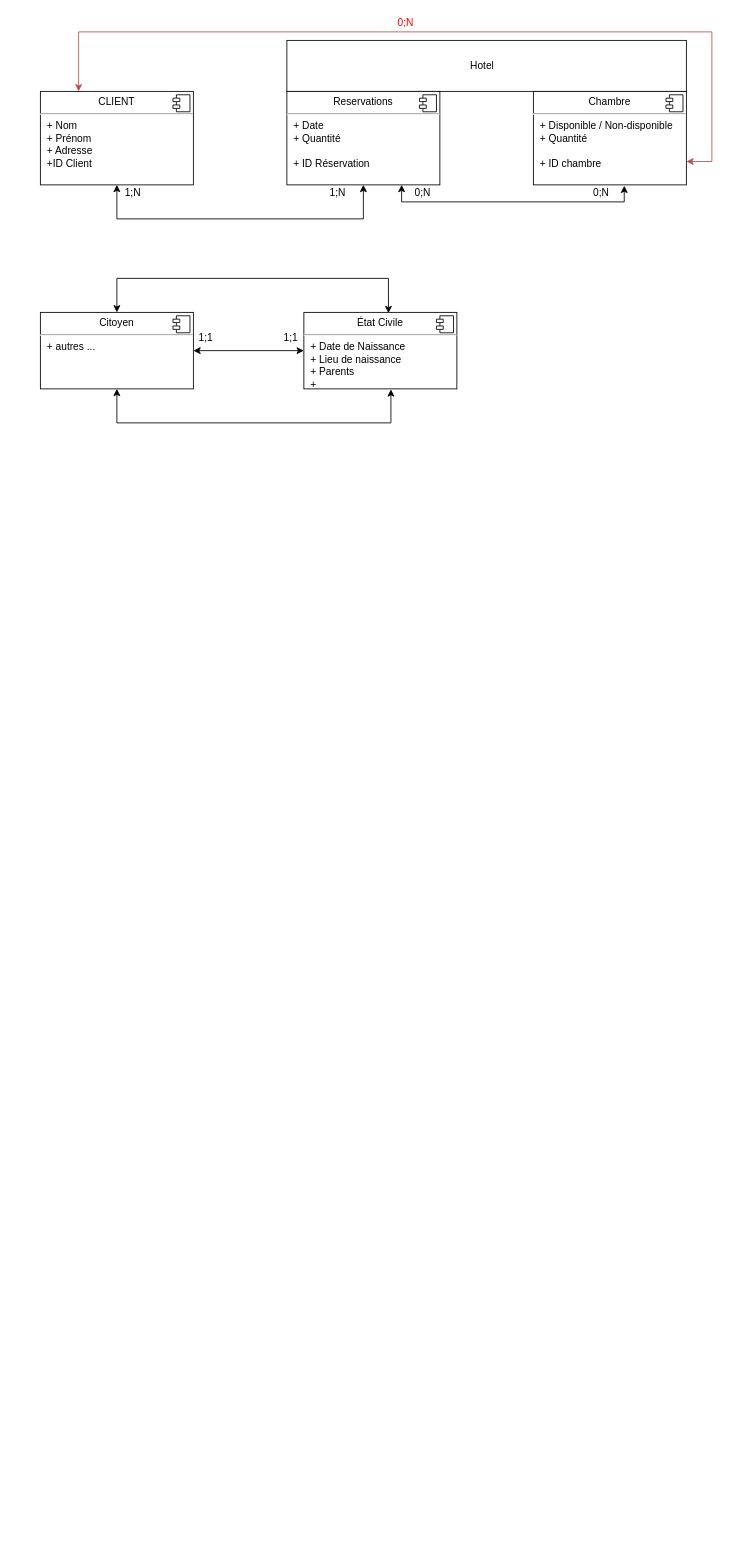
This is Untitled Diagram.drawio from Spirulineman/__FOAD_1_, a draw.io file, before an edit. Source tidied: cells renumbered, new cells numbered last; positions are measured from the earlier drawing's top-left corner, leaving out a move shared by most shapes. Both pictures are drawn from the tidied source at 85%, with x=0, y=0 at pixel (40, 14).
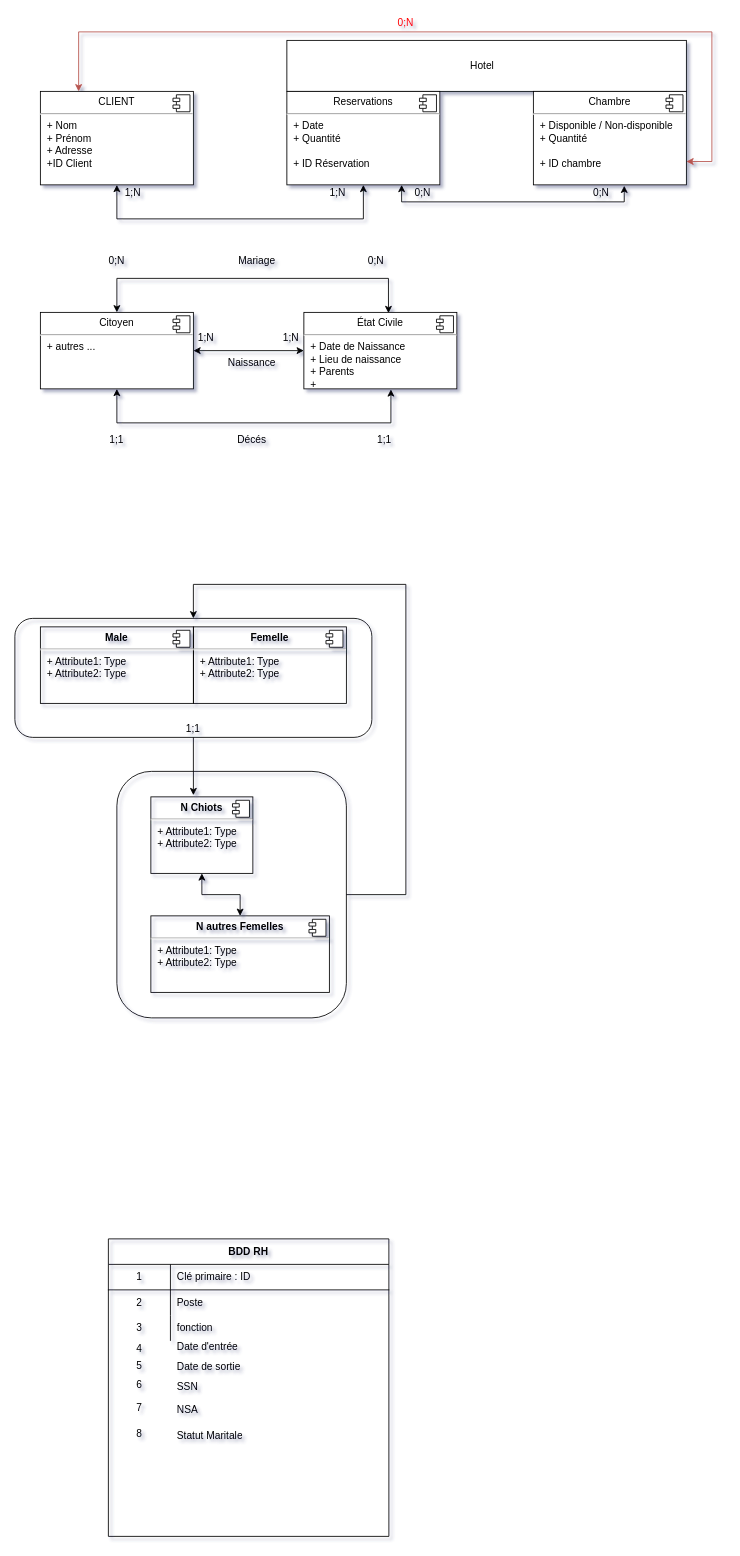
After the change.

Change to the diagram source:
```diff
@@
-<mxGraphModel>
+<mxGraphModel shadow="1">
@@
+    <mxCell id="28" style="rounded=1;whiteSpace=wrap;html=1;fillColor=none;" parent="1" vertex="1">
+      <mxGeometry x="90" y="890" width="270" height="290" as="geometry" />
+    </mxCell>
+    <mxCell id="29" style="rounded=1;whiteSpace=wrap;html=1;fillColor=none;" parent="1" vertex="1">
+      <mxGeometry x="-30" y="710" width="420" height="140" as="geometry" />
+    </mxCell>
@@
-    <mxCell id="26" value="1;1" style="text;html=1;strokeColor=none;fillColor=none;align=center;verticalAlign=middle;whiteSpace=wrap;rounded=0;" parent="1" vertex="1">
+    <mxCell id="26" value="1;N" style="text;html=1;strokeColor=none;fillColor=none;align=center;verticalAlign=middle;whiteSpace=wrap;rounded=0;" parent="1" vertex="1">
       <mxGeometry x="160" y="370" width="70" height="20" as="geometry" />
     </mxCell>
-    <mxCell id="27" value="1;1" style="text;html=1;strokeColor=none;fillColor=none;align=center;verticalAlign=middle;whiteSpace=wrap;rounded=0;" parent="1" vertex="1">
+    <mxCell id="27" value="1;N" style="text;html=1;strokeColor=none;fillColor=none;align=center;verticalAlign=middle;whiteSpace=wrap;rounded=0;" parent="1" vertex="1">
       <mxGeometry x="260" y="370" width="70" height="20" as="geometry" />
     </mxCell>
+    <mxCell id="30" value="0;N" style="text;html=1;strokeColor=none;fillColor=none;align=center;verticalAlign=middle;whiteSpace=wrap;rounded=0;" parent="1" vertex="1">
+      <mxGeometry x="55" y="280" width="70" height="20" as="geometry" />
+    </mxCell>
+    <mxCell id="31" value="0;N" style="text;html=1;strokeColor=none;fillColor=none;align=center;verticalAlign=middle;whiteSpace=wrap;rounded=0;" parent="1" vertex="1">
+      <mxGeometry x="360" y="280" width="70" height="20" as="geometry" />
+    </mxCell>
+    <mxCell id="32" value="1;1" style="text;html=1;strokeColor=none;fillColor=none;align=center;verticalAlign=middle;whiteSpace=wrap;rounded=0;" parent="1" vertex="1">
+      <mxGeometry x="55" y="490" width="70" height="20" as="geometry" />
+    </mxCell>
+    <mxCell id="33" value="1;1" style="text;html=1;strokeColor=none;fillColor=none;align=center;verticalAlign=middle;whiteSpace=wrap;rounded=0;" parent="1" vertex="1">
+      <mxGeometry x="370" y="490" width="70" height="20" as="geometry" />
+    </mxCell>
+    <mxCell id="34" value="Mariage" style="text;html=1;strokeColor=none;fillColor=none;align=center;verticalAlign=middle;whiteSpace=wrap;rounded=0;" parent="1" vertex="1">
+      <mxGeometry x="220" y="280" width="70" height="20" as="geometry" />
+    </mxCell>
+    <mxCell id="35" value="Naissance" style="text;html=1;strokeColor=none;fillColor=none;align=center;verticalAlign=middle;whiteSpace=wrap;rounded=0;" parent="1" vertex="1">
+      <mxGeometry x="214" y="400" width="70" height="20" as="geometry" />
+    </mxCell>
+    <mxCell id="36" value="Décés" style="text;html=1;strokeColor=none;fillColor=none;align=center;verticalAlign=middle;whiteSpace=wrap;rounded=0;" parent="1" vertex="1">
+      <mxGeometry x="214" y="490" width="70" height="20" as="geometry" />
+    </mxCell>
+    <mxCell id="37" style="edgeStyle=orthogonalEdgeStyle;rounded=0;jettySize=auto;html=1;exitX=0.5;exitY=1;exitDx=0;exitDy=0;entryX=0.417;entryY=-0.022;entryDx=0;entryDy=0;entryPerimeter=0;startArrow=none;startFill=0;" parent="1" edge="1" source="29" target="44">
+      <mxGeometry relative="1" as="geometry" />
+    </mxCell>
+    <mxCell id="38" value="&lt;p style=&quot;margin: 0px ; margin-top: 6px ; text-align: center&quot;&gt;&lt;b&gt;Male&lt;br&gt;&lt;/b&gt;&lt;/p&gt;&lt;hr&gt;&lt;p style=&quot;margin: 0px ; margin-left: 8px&quot;&gt;+ Attribute1: Type&lt;br&gt;+ Attribute2: Type&lt;/p&gt;" style="align=left;overflow=fill;html=1;fillColor=none;" parent="1" vertex="1">
+      <mxGeometry y="720" width="180" height="90" as="geometry" />
+    </mxCell>
+    <mxCell id="39" style="shape=component;jettyWidth=8;jettyHeight=4;" parent="38" vertex="1">
+      <mxGeometry x="1" width="20" height="20" relative="1" as="geometry">
+        <mxPoint x="-24" y="4" as="offset" />
+      </mxGeometry>
+    </mxCell>
+    <mxCell id="40" value="&lt;p style=&quot;margin: 0px ; margin-top: 6px ; text-align: center&quot;&gt;&lt;b&gt;Femelle&lt;br&gt;&lt;/b&gt;&lt;/p&gt;&lt;hr&gt;&lt;p style=&quot;margin: 0px ; margin-left: 8px&quot;&gt;+ Attribute1: Type&lt;br&gt;+ Attribute2: Type&lt;/p&gt;" style="align=left;overflow=fill;html=1;fillColor=none;" parent="1" vertex="1">
+      <mxGeometry x="180" y="720" width="180" height="90" as="geometry" />
+    </mxCell>
+    <mxCell id="41" style="shape=component;jettyWidth=8;jettyHeight=4;" parent="40" vertex="1">
+      <mxGeometry x="1" width="20" height="20" relative="1" as="geometry">
+        <mxPoint x="-24" y="4" as="offset" />
+      </mxGeometry>
+    </mxCell>
+    <mxCell id="42" style="edgeStyle=orthogonalEdgeStyle;rounded=0;jettySize=auto;html=1;exitX=0.5;exitY=1;exitDx=0;exitDy=0;entryX=0.5;entryY=0;entryDx=0;entryDy=0;startArrow=classic;startFill=1;" parent="1" edge="1" source="44" target="46">
+      <mxGeometry relative="1" as="geometry" />
+    </mxCell>
+    <mxCell id="43" style="edgeStyle=orthogonalEdgeStyle;rounded=0;jettySize=auto;html=1;exitX=1;exitY=0.5;exitDx=0;exitDy=0;entryX=0.5;entryY=0;entryDx=0;entryDy=0;startArrow=none;startFill=0;" parent="1" edge="1" source="28" target="29">
+      <mxGeometry relative="1" as="geometry">
+        <Array as="points">
+          <mxPoint x="430" y="1035" />
+          <mxPoint x="430" y="670" />
+          <mxPoint x="180" y="670" />
+        </Array>
+      </mxGeometry>
+    </mxCell>
+    <mxCell id="44" value="&lt;p style=&quot;margin: 0px ; margin-top: 6px ; text-align: center&quot;&gt;&lt;b&gt;N Chiots&lt;br&gt;&lt;/b&gt;&lt;/p&gt;&lt;hr&gt;&lt;p style=&quot;margin: 0px ; margin-left: 8px&quot;&gt;+ Attribute1: Type&lt;br&gt;+ Attribute2: Type&lt;/p&gt;" style="align=left;overflow=fill;html=1;fillColor=none;" parent="1" vertex="1">
+      <mxGeometry x="130" y="920" width="120" height="90" as="geometry" />
+    </mxCell>
+    <mxCell id="45" style="shape=component;jettyWidth=8;jettyHeight=4;" parent="44" vertex="1">
+      <mxGeometry x="1" width="20" height="20" relative="1" as="geometry">
+        <mxPoint x="-24" y="4" as="offset" />
+      </mxGeometry>
+    </mxCell>
+    <mxCell id="46" value="&lt;p style=&quot;margin: 0px ; margin-top: 6px ; text-align: center&quot;&gt;&lt;b&gt;N autres Femelles&lt;br&gt;&lt;/b&gt;&lt;/p&gt;&lt;hr&gt;&lt;p style=&quot;margin: 0px ; margin-left: 8px&quot;&gt;+ Attribute1: Type&lt;br&gt;+ Attribute2: Type&lt;/p&gt;" style="align=left;overflow=fill;html=1;fillColor=none;" parent="1" vertex="1">
+      <mxGeometry x="130" y="1060" width="210" height="90" as="geometry" />
+    </mxCell>
+    <mxCell id="47" style="shape=component;jettyWidth=8;jettyHeight=4;" parent="46" vertex="1">
+      <mxGeometry x="1" width="20" height="20" relative="1" as="geometry">
+        <mxPoint x="-24" y="4" as="offset" />
+      </mxGeometry>
+    </mxCell>
+    <mxCell id="48" value="1;1" style="text;html=1;strokeColor=none;fillColor=none;align=center;verticalAlign=middle;whiteSpace=wrap;rounded=0;rotation=0;" parent="1" vertex="1">
+      <mxGeometry x="130" y="830" width="100" height="20" as="geometry" />
+    </mxCell>
+    <mxCell id="49" value="BDD RH" style="shape=table;html=1;whiteSpace=wrap;startSize=30;childLayout=tableLayout;rowLines=0;fontStyle=1;align=center;fillColor=none;" parent="1" vertex="1">
+      <mxGeometry x="80" y="1440" width="330" height="350" as="geometry" />
+    </mxCell>
+    <mxCell id="50" style="shape=partialRectangle;html=1;whiteSpace=wrap;fillColor=none;top=0;left=0;bottom=1;right=0;" parent="49" vertex="1">
+      <mxGeometry y="30" width="330" height="30" as="geometry" />
+    </mxCell>
+    <mxCell id="51" value="1" style="shape=partialRectangle;html=1;whiteSpace=wrap;fillColor=none;top=0;left=0;bottom=0;right=0;overflow=hidden;" parent="50" vertex="1">
+      <mxGeometry width="73" height="30" as="geometry" />
+    </mxCell>
+    <mxCell id="52" value="Clé primaire : ID" style="shape=partialRectangle;html=1;whiteSpace=wrap;fillColor=none;top=0;left=0;bottom=0;right=0;align=left;spacingLeft=6;overflow=hidden;" parent="50" vertex="1">
+      <mxGeometry x="73" width="257" height="30" as="geometry" />
+    </mxCell>
+    <mxCell id="53" style="shape=partialRectangle;html=1;whiteSpace=wrap;fillColor=none;top=0;left=0;bottom=0;right=0;" parent="49" vertex="1">
+      <mxGeometry y="60" width="330" height="30" as="geometry" />
+    </mxCell>
+    <mxCell id="54" value="2" style="shape=partialRectangle;html=1;whiteSpace=wrap;fillColor=none;top=0;left=0;bottom=0;right=0;overflow=hidden;" parent="53" vertex="1">
+      <mxGeometry width="73" height="30" as="geometry" />
+    </mxCell>
+    <mxCell id="55" value="Poste" style="shape=partialRectangle;html=1;whiteSpace=wrap;fillColor=none;top=0;left=0;bottom=0;right=0;align=left;spacingLeft=6;overflow=hidden;" parent="53" vertex="1">
+      <mxGeometry x="73" width="257" height="30" as="geometry" />
+    </mxCell>
+    <mxCell id="56" style="shape=partialRectangle;html=1;whiteSpace=wrap;fillColor=none;top=0;left=0;bottom=0;right=0;" parent="49" vertex="1">
+      <mxGeometry y="90" width="330" height="30" as="geometry" />
+    </mxCell>
+    <mxCell id="57" value="3" style="shape=partialRectangle;html=1;whiteSpace=wrap;fillColor=none;top=0;left=0;bottom=0;right=0;overflow=hidden;" parent="56" vertex="1">
+      <mxGeometry width="73" height="30" as="geometry" />
+    </mxCell>
+    <mxCell id="58" value="fonction" style="shape=partialRectangle;html=1;whiteSpace=wrap;fillColor=none;top=0;left=0;bottom=0;right=0;align=left;spacingLeft=6;overflow=hidden;" parent="56" vertex="1">
+      <mxGeometry x="73" width="257" height="30" as="geometry" />
+    </mxCell>
+    <mxCell id="59" value="4" style="shape=partialRectangle;html=1;whiteSpace=wrap;fillColor=none;top=0;left=0;bottom=0;right=0;overflow=hidden;" parent="1" vertex="1">
+      <mxGeometry x="80" y="1549" width="73" height="40" as="geometry" />
+    </mxCell>
+    <mxCell id="60" value="5" style="shape=partialRectangle;html=1;whiteSpace=wrap;fillColor=none;top=0;left=0;bottom=0;right=0;overflow=hidden;" parent="1" vertex="1">
+      <mxGeometry x="80" y="1569" width="73" height="40" as="geometry" />
+    </mxCell>
+    <mxCell id="61" value="6" style="shape=partialRectangle;html=1;whiteSpace=wrap;fillColor=none;top=0;left=0;bottom=0;right=0;overflow=hidden;" parent="1" vertex="1">
+      <mxGeometry x="80" y="1592" width="73" height="40" as="geometry" />
+    </mxCell>
+    <mxCell id="62" value="Date d'entrée" style="shape=partialRectangle;html=1;whiteSpace=wrap;fillColor=none;top=0;left=0;bottom=0;right=0;align=left;spacingLeft=6;overflow=hidden;" parent="1" vertex="1">
+      <mxGeometry x="153" y="1552" width="257" height="30" as="geometry" />
+    </mxCell>
+    <mxCell id="63" value="Date de sortie" style="shape=partialRectangle;html=1;whiteSpace=wrap;fillColor=none;top=0;left=0;bottom=0;right=0;align=left;spacingLeft=6;overflow=hidden;" parent="1" vertex="1">
+      <mxGeometry x="153" y="1576" width="257" height="30" as="geometry" />
+    </mxCell>
+    <mxCell id="64" value="SSN" style="shape=partialRectangle;html=1;whiteSpace=wrap;fillColor=none;top=0;left=0;bottom=0;right=0;align=left;spacingLeft=6;overflow=hidden;" parent="1" vertex="1">
+      <mxGeometry x="153" y="1599" width="257" height="30" as="geometry" />
+    </mxCell>
+    <mxCell id="65" value="7" style="shape=partialRectangle;html=1;whiteSpace=wrap;fillColor=none;top=0;left=0;bottom=0;right=0;overflow=hidden;" parent="1" vertex="1">
+      <mxGeometry x="80" y="1619" width="73" height="40" as="geometry" />
+    </mxCell>
+    <mxCell id="66" value="NSA" style="shape=partialRectangle;html=1;whiteSpace=wrap;fillColor=none;top=0;left=0;bottom=0;right=0;align=left;spacingLeft=6;overflow=hidden;" parent="1" vertex="1">
+      <mxGeometry x="153" y="1626" width="257" height="30" as="geometry" />
+    </mxCell>
+    <mxCell id="67" value="Statut Maritale" style="shape=partialRectangle;html=1;whiteSpace=wrap;fillColor=none;top=0;left=0;bottom=0;right=0;align=left;spacingLeft=6;overflow=hidden;" parent="1" vertex="1">
+      <mxGeometry x="153" y="1657" width="257" height="30" as="geometry" />
+    </mxCell>
+    <mxCell id="68" value="8" style="shape=partialRectangle;html=1;whiteSpace=wrap;fillColor=none;top=0;left=0;bottom=0;right=0;overflow=hidden;" parent="1" vertex="1">
+      <mxGeometry x="80" y="1650" width="73" height="40" as="geometry" />
+    </mxCell>
```
